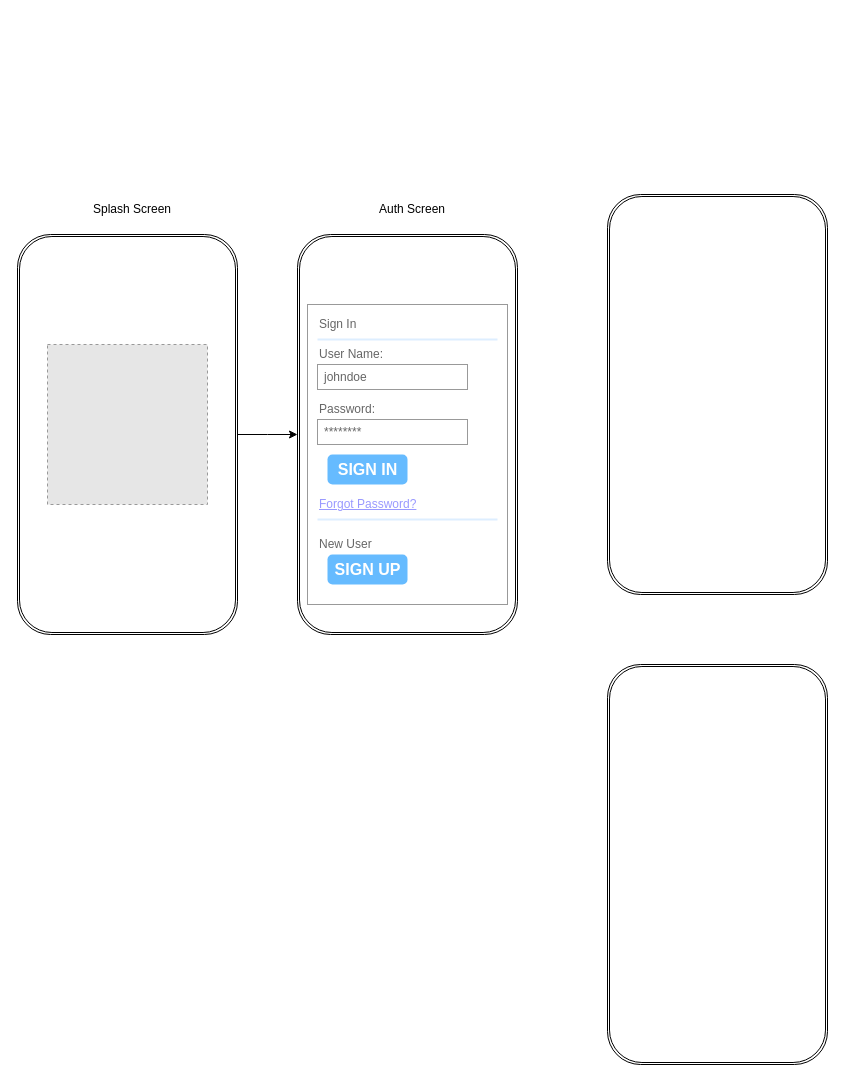
Earlier version of the draw.io diagram Діаграма без назви.drawio (KalashnikovVolodymyr/flutter_laba_project). Source tidied: cells renumbered, new cells numbered last; positions are measured from the earlier drawing's top-left corner, leaving out a move shared by most shapes. Both pictures are drawn from the tidied source at 100%, with x=0, y=0 at pixel (17, 194). Pictures stored in the file or linked from it are replaced by grey dashed boxes.
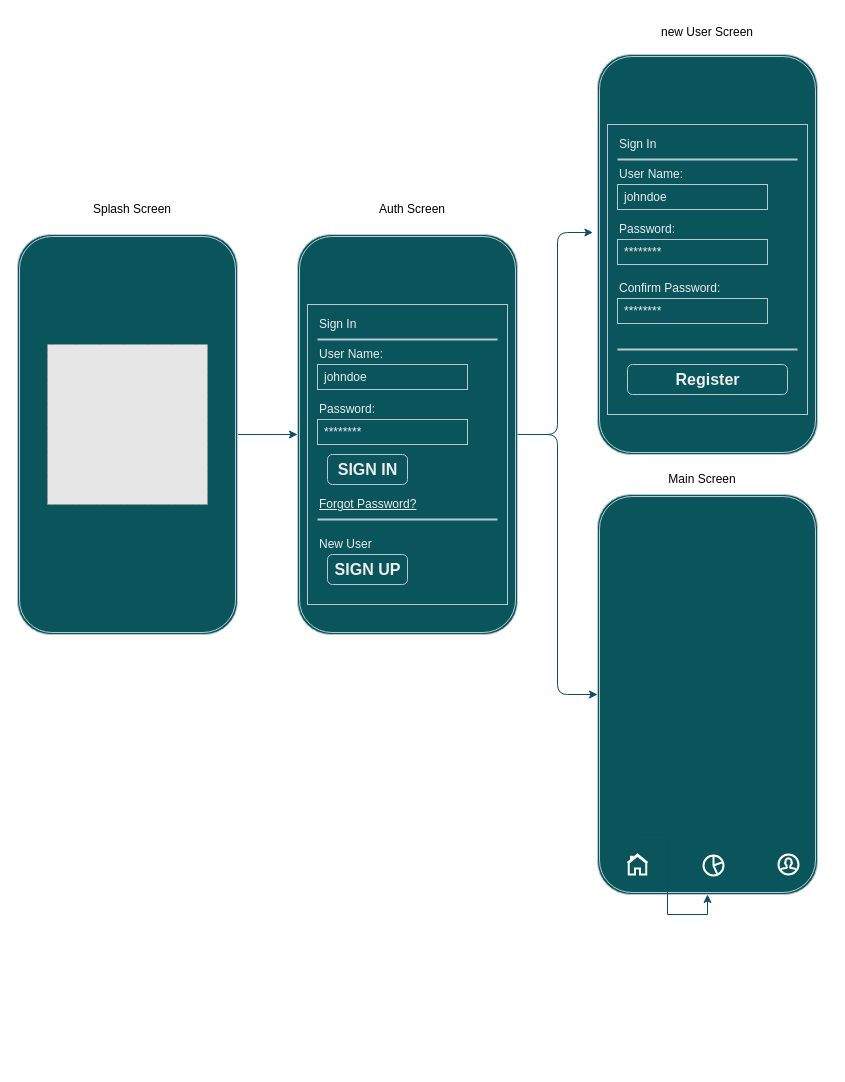
After the change.

What changed in the source:
```diff
@@
-<mxGraphModel>
+<mxGraphModel background="#ffffff">
@@
-    <mxCell id="2" style="edgeStyle=orthogonalEdgeStyle;rounded=0;jettySize=auto;html=1;" parent="1" edge="1" source="3">
+    <mxCell id="2" style="edgeStyle=orthogonalEdgeStyle;rounded=1;jettySize=auto;html=1;labelBackgroundColor=none;strokeColor=#0B4D6A;fontColor=default;" parent="1" edge="1" source="3">
       <mxGeometry relative="1" as="geometry">
         <mxPoint x="280" y="240" as="targetPoint" />
       </mxGeometry>
     </mxCell>
-    <mxCell id="3" style="shape=ext;double=1;rounded=1;whiteSpace=wrap;html=1;" parent="1" vertex="1">
+    <mxCell id="3" style="shape=ext;double=1;rounded=1;whiteSpace=wrap;html=1;labelBackgroundColor=none;fillColor=#09555B;strokeColor=#BAC8D3;fontColor=#EEEEEE;" parent="1" vertex="1">
       <mxGeometry y="40" width="220" height="400" as="geometry" />
     </mxCell>
+    <mxCell id="22" style="edgeStyle=orthogonalEdgeStyle;rounded=1;jettySize=auto;html=1;labelBackgroundColor=none;strokeColor=#0B4D6A;fontColor=default;" parent="1" edge="1" source="4" target="21">
+      <mxGeometry relative="1" as="geometry" />
+    </mxCell>
-    <mxCell id="4" style="shape=ext;double=1;rounded=1;whiteSpace=wrap;html=1;" parent="1" vertex="1">
+    <mxCell id="4" style="shape=ext;double=1;rounded=1;whiteSpace=wrap;html=1;labelBackgroundColor=none;fillColor=#09555B;strokeColor=#BAC8D3;fontColor=#EEEEEE;" parent="1" vertex="1">
       <mxGeometry x="280" y="40" width="220" height="400" as="geometry" />
     </mxCell>
-    <mxCell id="5" value="Splash Screen" style="text;html=1;strokeColor=none;fillColor=none;align=center;verticalAlign=middle;whiteSpace=wrap;rounded=0;" parent="1" vertex="1">
+    <mxCell id="5" value="Splash Screen" style="text;html=1;strokeColor=none;fillColor=none;align=center;verticalAlign=middle;whiteSpace=wrap;rounded=1;labelBackgroundColor=none;fontColor=#000000;" parent="1" vertex="1">
       <mxGeometry x="20" width="190" height="30" as="geometry" />
     </mxCell>
-    <mxCell id="6" value="Auth Screen" style="text;html=1;strokeColor=none;fillColor=none;align=center;verticalAlign=middle;whiteSpace=wrap;rounded=0;" parent="1" vertex="1">
+    <mxCell id="6" value="Auth Screen" style="text;html=1;strokeColor=none;fillColor=none;align=center;verticalAlign=middle;whiteSpace=wrap;rounded=1;labelBackgroundColor=none;fontColor=#000000;" parent="1" vertex="1">
       <mxGeometry x="300" width="190" height="30" as="geometry" />
     </mxCell>
-    <mxCell id="7" style="fillColor=#E6E6E6;strokeColor=#999999;dashed=1;verticalLabelPosition=bottom;verticalAlign=top;" parent="1" vertex="1">
+    <mxCell id="7" style="fillColor=#E6E6E6;strokeColor=#999999;dashed=1;verticalLabelPosition=bottom;verticalAlign=top;labelBackgroundColor=none;fontColor=#EEEEEE;" parent="1" vertex="1">
       <mxGeometry x="30" y="150" width="160" height="160" as="geometry" />
     </mxCell>
-    <mxCell id="8" style="strokeWidth=1;shadow=0;dashed=0;align=center;html=1;shape=mxgraph.mockup.forms.rrect;rSize=0;strokeColor=#999999;fillColor=#ffffff;" parent="1" vertex="1">
+    <mxCell id="8" style="strokeWidth=1;shadow=0;dashed=0;align=center;html=1;shape=mxgraph.mockup.forms.rrect;rSize=0;strokeColor=#BAC8D3;fillColor=#09555B;rounded=1;labelBackgroundColor=none;fontColor=#EEEEEE;" parent="1" vertex="1">
       <mxGeometry x="290" y="110" width="200" height="300" as="geometry" />
     </mxCell>
-    <mxCell id="9" value="Sign In" style="strokeWidth=1;shadow=0;dashed=0;align=center;html=1;shape=mxgraph.mockup.forms.anchor;fontSize=12;fontColor=#666666;align=left;spacingLeft=0;" parent="8" vertex="1">
+    <mxCell id="9" value="Sign In" style="strokeWidth=1;shadow=0;dashed=0;align=center;html=1;shape=mxgraph.mockup.forms.anchor;fontSize=12;fontColor=#EEEEEE;align=left;spacingLeft=0;rounded=1;labelBackgroundColor=none;fillColor=#09555B;strokeColor=#BAC8D3;" parent="8" vertex="1">
       <mxGeometry width="100" height="20" relative="1" as="geometry">
         <mxPoint x="10" y="10" as="offset" />
       </mxGeometry>
     </mxCell>
-    <mxCell id="10" style="shape=line;strokeColor=#ddeeff;strokeWidth=2;html=1;" parent="8" vertex="1">
+    <mxCell id="10" style="shape=line;strokeColor=#BAC8D3;strokeWidth=2;html=1;rounded=1;labelBackgroundColor=none;fillColor=#09555B;fontColor=#EEEEEE;" parent="8" vertex="1">
       <mxGeometry width="180" height="10" relative="1" as="geometry">
         <mxPoint x="10" y="30" as="offset" />
       </mxGeometry>
     </mxCell>
-    <mxCell id="11" value="User Name:" style="strokeWidth=1;shadow=0;dashed=0;align=center;html=1;shape=mxgraph.mockup.forms.anchor;fontSize=12;fontColor=#666666;align=left;spacingLeft=0;" parent="8" vertex="1">
+    <mxCell id="11" value="User Name:" style="strokeWidth=1;shadow=0;dashed=0;align=center;html=1;shape=mxgraph.mockup.forms.anchor;fontSize=12;fontColor=#EEEEEE;align=left;spacingLeft=0;rounded=1;labelBackgroundColor=none;fillColor=#09555B;strokeColor=#BAC8D3;" parent="8" vertex="1">
       <mxGeometry width="100" height="20" relative="1" as="geometry">
         <mxPoint x="10" y="40" as="offset" />
       </mxGeometry>
     </mxCell>
-    <mxCell id="12" value="johndoe" style="strokeWidth=1;shadow=0;dashed=0;align=center;html=1;shape=mxgraph.mockup.forms.rrect;rSize=0;strokeColor=#999999;fontColor=#666666;align=left;spacingLeft=5;" parent="8" vertex="1">
+    <mxCell id="12" value="johndoe" style="strokeWidth=1;shadow=0;dashed=0;align=center;html=1;shape=mxgraph.mockup.forms.rrect;rSize=0;strokeColor=#BAC8D3;fontColor=#EEEEEE;align=left;spacingLeft=5;rounded=1;labelBackgroundColor=none;fillColor=#09555B;" parent="8" vertex="1">
       <mxGeometry width="150" height="25" relative="1" as="geometry">
         <mxPoint x="10" y="60" as="offset" />
       </mxGeometry>
     </mxCell>
-    <mxCell id="13" value="Password:" style="strokeWidth=1;shadow=0;dashed=0;align=center;html=1;shape=mxgraph.mockup.forms.anchor;fontSize=12;fontColor=#666666;align=left;spacingLeft=0;" parent="8" vertex="1">
+    <mxCell id="13" value="Password:" style="strokeWidth=1;shadow=0;dashed=0;align=center;html=1;shape=mxgraph.mockup.forms.anchor;fontSize=12;fontColor=#EEEEEE;align=left;spacingLeft=0;rounded=1;labelBackgroundColor=none;fillColor=#09555B;strokeColor=#BAC8D3;" parent="8" vertex="1">
       <mxGeometry width="100" height="20" relative="1" as="geometry">
         <mxPoint x="10" y="95" as="offset" />
       </mxGeometry>
     </mxCell>
-    <mxCell id="14" value="********" style="strokeWidth=1;shadow=0;dashed=0;align=center;html=1;shape=mxgraph.mockup.forms.rrect;rSize=0;strokeColor=#999999;fontColor=#666666;align=left;spacingLeft=5;" parent="8" vertex="1">
+    <mxCell id="14" value="********" style="strokeWidth=1;shadow=0;dashed=0;align=center;html=1;shape=mxgraph.mockup.forms.rrect;rSize=0;strokeColor=#BAC8D3;fontColor=#EEEEEE;align=left;spacingLeft=5;rounded=1;labelBackgroundColor=none;fillColor=#09555B;" parent="8" vertex="1">
       <mxGeometry width="150" height="25" relative="1" as="geometry">
         <mxPoint x="10" y="115" as="offset" />
       </mxGeometry>
     </mxCell>
-    <mxCell id="15" value="SIGN IN" style="strokeWidth=1;shadow=0;dashed=0;align=center;html=1;shape=mxgraph.mockup.forms.rrect;rSize=5;strokeColor=none;fontColor=#ffffff;fillColor=#66bbff;fontSize=16;fontStyle=1;" parent="8" vertex="1">
+    <mxCell id="15" value="SIGN IN" style="strokeWidth=1;shadow=0;dashed=0;align=center;html=1;shape=mxgraph.mockup.forms.rrect;rSize=5;strokeColor=#BAC8D3;fontColor=#EEEEEE;fillColor=#09555B;fontSize=16;fontStyle=1;rounded=1;labelBackgroundColor=none;" parent="8" vertex="1">
       <mxGeometry y="1" width="80" height="30" relative="1" as="geometry">
         <mxPoint x="20" y="-150" as="offset" />
       </mxGeometry>
     </mxCell>
-    <mxCell id="16" value="Forgot Password?" style="strokeWidth=1;shadow=0;dashed=0;align=center;html=1;shape=mxgraph.mockup.forms.anchor;fontSize=12;fontColor=#9999ff;align=left;spacingLeft=0;fontStyle=4;" parent="8" vertex="1">
+    <mxCell id="16" value="Forgot Password?" style="strokeWidth=1;shadow=0;dashed=0;align=center;html=1;shape=mxgraph.mockup.forms.anchor;fontSize=12;fontColor=#EEEEEE;align=left;spacingLeft=0;fontStyle=4;rounded=1;labelBackgroundColor=none;fillColor=#09555B;strokeColor=#BAC8D3;" parent="8" vertex="1">
       <mxGeometry y="1" width="150" height="20" relative="1" as="geometry">
         <mxPoint x="10" y="-110" as="offset" />
       </mxGeometry>
     </mxCell>
-    <mxCell id="17" style="shape=line;strokeColor=#ddeeff;strokeWidth=2;html=1;" parent="8" vertex="1">
+    <mxCell id="17" style="shape=line;strokeColor=#BAC8D3;strokeWidth=2;html=1;rounded=1;labelBackgroundColor=none;fillColor=#09555B;fontColor=#EEEEEE;" parent="8" vertex="1">
       <mxGeometry y="1" width="180" height="10" relative="1" as="geometry">
         <mxPoint x="10" y="-90" as="offset" />
       </mxGeometry>
     </mxCell>
-    <mxCell id="18" value="New User" style="strokeWidth=1;shadow=0;dashed=0;align=center;html=1;shape=mxgraph.mockup.forms.anchor;fontSize=12;fontColor=#666666;align=left;spacingLeft=0;" parent="8" vertex="1">
+    <mxCell id="18" value="New User" style="strokeWidth=1;shadow=0;dashed=0;align=center;html=1;shape=mxgraph.mockup.forms.anchor;fontSize=12;fontColor=#EEEEEE;align=left;spacingLeft=0;rounded=1;labelBackgroundColor=none;fillColor=#09555B;strokeColor=#BAC8D3;" parent="8" vertex="1">
       <mxGeometry y="1" width="150" height="20" relative="1" as="geometry">
         <mxPoint x="10" y="-70" as="offset" />
       </mxGeometry>
     </mxCell>
-    <mxCell id="19" value="SIGN UP" style="strokeWidth=1;shadow=0;dashed=0;align=center;html=1;shape=mxgraph.mockup.forms.rrect;rSize=5;strokeColor=none;fontColor=#ffffff;fillColor=#66bbff;fontSize=16;fontStyle=1;" parent="8" vertex="1">
+    <mxCell id="19" value="SIGN UP" style="strokeWidth=1;shadow=0;dashed=0;align=center;html=1;shape=mxgraph.mockup.forms.rrect;rSize=5;strokeColor=#BAC8D3;fontColor=#EEEEEE;fillColor=#09555B;fontSize=16;fontStyle=1;rounded=1;labelBackgroundColor=none;" parent="8" vertex="1">
       <mxGeometry y="1" width="80" height="30" relative="1" as="geometry">
         <mxPoint x="20" y="-50" as="offset" />
       </mxGeometry>
     </mxCell>
-    <mxCell id="20" style="shape=ext;double=1;rounded=1;whiteSpace=wrap;html=1;" parent="1" vertex="1">
-      <mxGeometry x="590" width="220" height="400" as="geometry" />
+    <mxCell id="20" style="shape=ext;double=1;rounded=1;whiteSpace=wrap;html=1;labelBackgroundColor=none;fillColor=#09555B;strokeColor=#BAC8D3;fontColor=#EEEEEE;" parent="1" vertex="1">
+      <mxGeometry x="580" y="-140" width="220" height="400" as="geometry" />
     </mxCell>
-    <mxCell id="21" style="shape=ext;double=1;rounded=1;whiteSpace=wrap;html=1;" parent="1" vertex="1">
-      <mxGeometry x="590" y="470" width="220" height="400" as="geometry" />
+    <mxCell id="21" style="shape=ext;double=1;rounded=1;whiteSpace=wrap;html=1;labelBackgroundColor=none;fillColor=#09555B;strokeColor=#BAC8D3;fontColor=#EEEEEE;" parent="1" vertex="1">
+      <mxGeometry x="580" y="300" width="220" height="400" as="geometry" />
     </mxCell>
+    <mxCell id="23" style="edgeStyle=orthogonalEdgeStyle;rounded=1;jettySize=auto;html=1;entryX=-0.021;entryY=0.445;entryDx=0;entryDy=0;entryPerimeter=0;labelBackgroundColor=none;strokeColor=#0B4D6A;fontColor=default;" parent="1" edge="1" source="4" target="20">
+      <mxGeometry relative="1" as="geometry" />
+    </mxCell>
+    <mxCell id="24" value="new User Screen" style="text;html=1;strokeColor=none;fillColor=none;align=center;verticalAlign=middle;whiteSpace=wrap;rounded=1;labelBackgroundColor=none;fontColor=#000000;" parent="1" vertex="1">
+      <mxGeometry x="595" y="-177" width="190" height="30" as="geometry" />
+    </mxCell>
+    <mxCell id="25" style="strokeWidth=1;shadow=0;dashed=0;align=center;html=1;shape=mxgraph.mockup.forms.rrect;rSize=0;strokeColor=#BAC8D3;fillColor=#09555B;rounded=1;labelBackgroundColor=none;fontColor=#EEEEEE;" parent="1" vertex="1">
+      <mxGeometry x="590" y="-70" width="200" height="290" as="geometry" />
+    </mxCell>
+    <mxCell id="26" value="Sign In" style="strokeWidth=1;shadow=0;dashed=0;align=center;html=1;shape=mxgraph.mockup.forms.anchor;fontSize=12;fontColor=#EEEEEE;align=left;spacingLeft=0;rounded=1;labelBackgroundColor=none;fillColor=#09555B;strokeColor=#BAC8D3;" parent="25" vertex="1">
+      <mxGeometry width="100" height="20" relative="1" as="geometry">
+        <mxPoint x="10" y="10" as="offset" />
+      </mxGeometry>
+    </mxCell>
+    <mxCell id="27" style="shape=line;strokeColor=#BAC8D3;strokeWidth=2;html=1;rounded=1;labelBackgroundColor=none;fillColor=#09555B;fontColor=#EEEEEE;" parent="25" vertex="1">
+      <mxGeometry width="180" height="10" relative="1" as="geometry">
+        <mxPoint x="10" y="30" as="offset" />
+      </mxGeometry>
+    </mxCell>
+    <mxCell id="28" value="User Name:" style="strokeWidth=1;shadow=0;dashed=0;align=center;html=1;shape=mxgraph.mockup.forms.anchor;fontSize=12;fontColor=#EEEEEE;align=left;spacingLeft=0;rounded=1;labelBackgroundColor=none;fillColor=#09555B;strokeColor=#BAC8D3;" parent="25" vertex="1">
+      <mxGeometry width="100" height="20" relative="1" as="geometry">
+        <mxPoint x="10" y="40" as="offset" />
+      </mxGeometry>
+    </mxCell>
+    <mxCell id="29" value="johndoe" style="strokeWidth=1;shadow=0;dashed=0;align=center;html=1;shape=mxgraph.mockup.forms.rrect;rSize=0;strokeColor=#BAC8D3;fontColor=#EEEEEE;align=left;spacingLeft=5;rounded=1;labelBackgroundColor=none;fillColor=#09555B;" parent="25" vertex="1">
+      <mxGeometry width="150" height="25" relative="1" as="geometry">
+        <mxPoint x="10" y="60" as="offset" />
+      </mxGeometry>
+    </mxCell>
+    <mxCell id="30" value="Password:" style="strokeWidth=1;shadow=0;dashed=0;align=center;html=1;shape=mxgraph.mockup.forms.anchor;fontSize=12;fontColor=#EEEEEE;align=left;spacingLeft=0;rounded=1;labelBackgroundColor=none;fillColor=#09555B;strokeColor=#BAC8D3;" parent="25" vertex="1">
+      <mxGeometry width="100" height="20" relative="1" as="geometry">
+        <mxPoint x="10" y="95" as="offset" />
+      </mxGeometry>
+    </mxCell>
+    <mxCell id="31" value="********" style="strokeWidth=1;shadow=0;dashed=0;align=center;html=1;shape=mxgraph.mockup.forms.rrect;rSize=0;strokeColor=#BAC8D3;fontColor=#EEEEEE;align=left;spacingLeft=5;rounded=1;labelBackgroundColor=none;fillColor=#09555B;" parent="25" vertex="1">
+      <mxGeometry width="150" height="25" relative="1" as="geometry">
+        <mxPoint x="10" y="115" as="offset" />
+      </mxGeometry>
+    </mxCell>
+    <mxCell id="32" style="shape=line;strokeColor=#BAC8D3;strokeWidth=2;html=1;rounded=1;labelBackgroundColor=none;fillColor=#09555B;fontColor=#EEEEEE;" parent="25" vertex="1">
+      <mxGeometry y="1" width="180" height="10" relative="1" as="geometry">
+        <mxPoint x="10" y="-70" as="offset" />
+      </mxGeometry>
+    </mxCell>
+    <mxCell id="33" value="Register" style="strokeWidth=1;shadow=0;dashed=0;align=center;html=1;shape=mxgraph.mockup.forms.rrect;rSize=5;strokeColor=#BAC8D3;fontColor=#EEEEEE;fillColor=#09555B;fontSize=16;fontStyle=1;rounded=1;labelBackgroundColor=none;" parent="25" vertex="1">
+      <mxGeometry y="1" width="160" height="30" relative="1" as="geometry">
+        <mxPoint x="20" y="-50" as="offset" />
+      </mxGeometry>
+    </mxCell>
+    <mxCell id="34" value="Confirm Password:" style="strokeWidth=1;shadow=0;dashed=0;align=center;html=1;shape=mxgraph.mockup.forms.anchor;fontSize=12;fontColor=#EEEEEE;align=left;spacingLeft=0;rounded=1;labelBackgroundColor=none;fillColor=#09555B;strokeColor=#BAC8D3;" parent="25" vertex="1">
+      <mxGeometry width="100" height="20" relative="1" as="geometry">
+        <mxPoint x="10" y="154" as="offset" />
+      </mxGeometry>
+    </mxCell>
+    <mxCell id="35" value="********" style="strokeWidth=1;shadow=0;dashed=0;align=center;html=1;shape=mxgraph.mockup.forms.rrect;rSize=0;strokeColor=#BAC8D3;fontColor=#EEEEEE;align=left;spacingLeft=5;rounded=1;labelBackgroundColor=none;fillColor=#09555B;" parent="25" vertex="1">
+      <mxGeometry width="150" height="25" relative="1" as="geometry">
+        <mxPoint x="10" y="174" as="offset" />
+      </mxGeometry>
+    </mxCell>
+    <mxCell id="36" value="Main&amp;nbsp;Screen" style="text;html=1;strokeColor=none;fillColor=none;align=center;verticalAlign=middle;whiteSpace=wrap;rounded=1;labelBackgroundColor=none;fontColor=#000000;" parent="1" vertex="1">
+      <mxGeometry x="590" y="270" width="190" height="30" as="geometry" />
+    </mxCell>
+    <mxCell id="37" style="edgeStyle=orthogonalEdgeStyle;rounded=0;jettySize=auto;html=1;strokeColor=#0B4D6A;" parent="1" edge="1" source="38" target="21">
+      <mxGeometry relative="1" as="geometry" />
+    </mxCell>
+    <mxCell id="38" style="html=1;verticalLabelPosition=bottom;align=center;labelBackgroundColor=#ffffff;verticalAlign=top;strokeWidth=2;strokeColor=#FFFFFF;shadow=0;dashed=0;shape=mxgraph.ios7.icons.home;fontColor=#EEEEEE;fillColor=#09555B;labelBorderColor=none;" parent="1" vertex="1">
+      <mxGeometry x="610" y="660" width="20" height="20" as="geometry" />
+    </mxCell>
+    <mxCell id="39" style="html=1;verticalLabelPosition=bottom;align=center;labelBackgroundColor=#ffffff;verticalAlign=top;strokeWidth=2;strokeColor=#FFFFFF;shadow=0;dashed=0;shape=mxgraph.ios7.icons.user;fontColor=#EEEEEE;fillColor=#09555B;" parent="1" vertex="1">
+      <mxGeometry x="761" y="660" width="20" height="20" as="geometry" />
+    </mxCell>
+    <mxCell id="40" style="html=1;verticalLabelPosition=bottom;align=center;labelBackgroundColor=#ffffff;verticalAlign=top;strokeWidth=2;strokeColor=#FFFFFF;shadow=0;dashed=0;shape=mxgraph.ios7.icons.pie_chart;fontColor=#EEEEEE;fillColor=#09555B;" parent="1" vertex="1">
+      <mxGeometry x="686" y="661" width="20" height="20" as="geometry" />
+    </mxCell>
```
